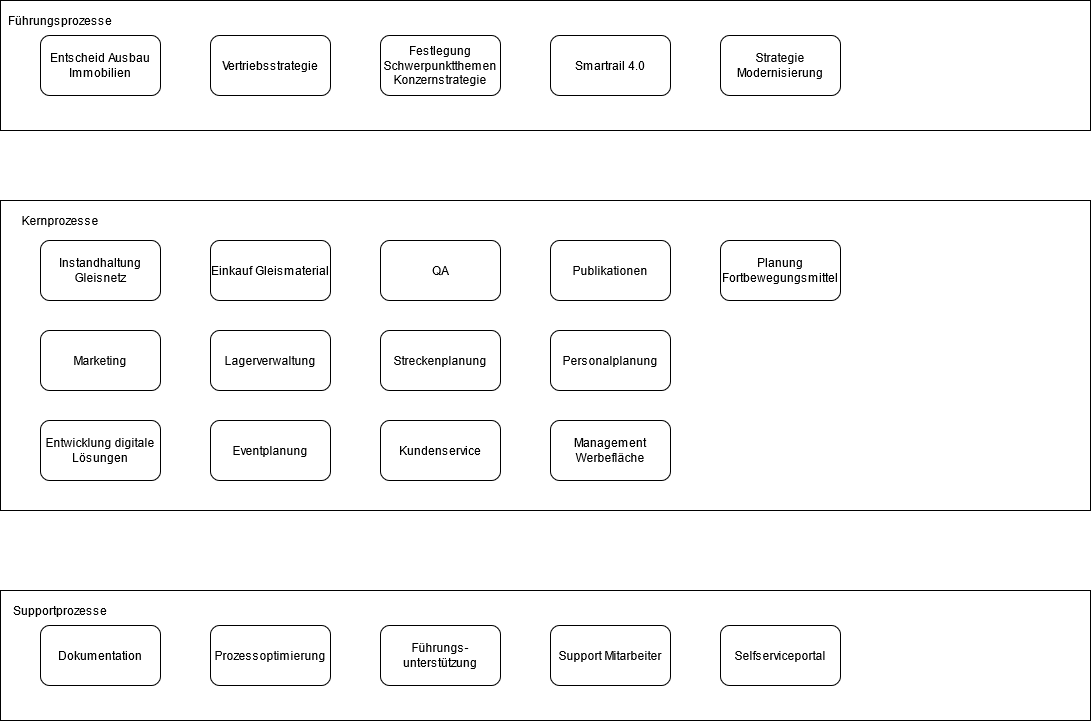
This is ProzessMAP_A4.png from MokthecoolWok/m254, a draw.io export, as it was before one commit. Source tidied: cells renumbered, new cells last; positions are measured from the earlier drawing's top-left corner, leaving out a move shared by most shapes.
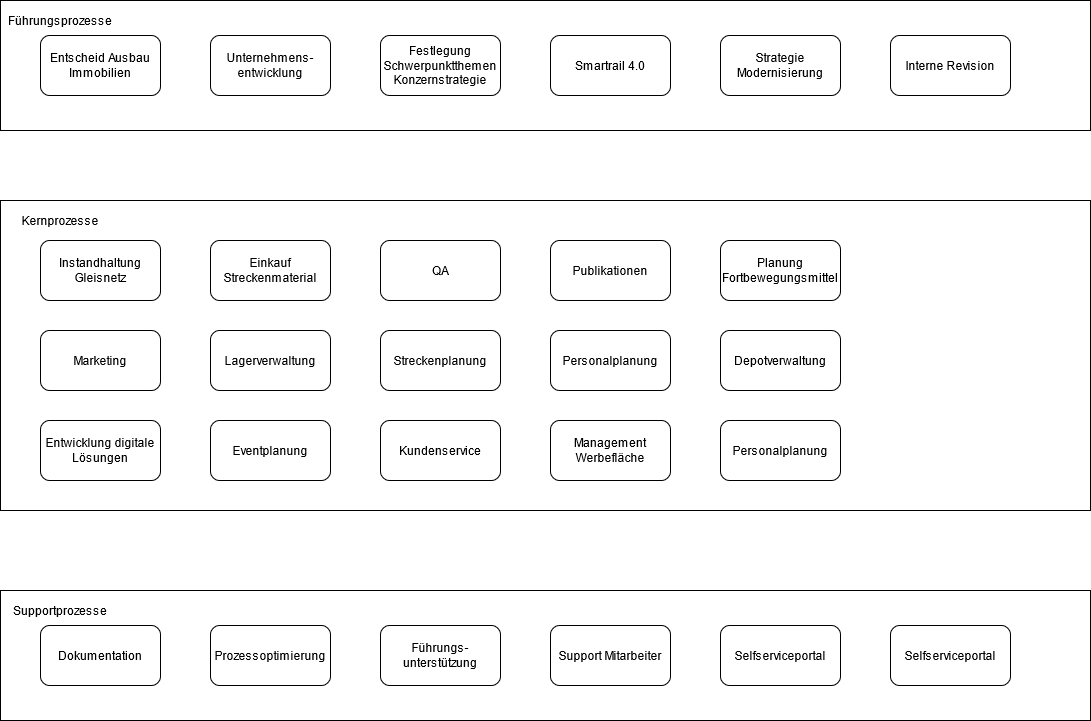
The same diagram one commit later.

Diff of the diagram source:
```diff
@@ -20,7 +20,7 @@
     <mxCell id="7" value="Entwicklung digitale Lösungen" style="rounded=1;whiteSpace=wrap;html=1;" parent="2" vertex="1">
       <mxGeometry x="40" y="220" width="120" height="60" as="geometry" />
     </mxCell>
-    <mxCell id="8" value="Einkauf Gleismaterial" style="rounded=1;whiteSpace=wrap;html=1;" parent="2" vertex="1">
+    <mxCell id="8" value="Einkauf Streckenmaterial" style="rounded=1;whiteSpace=wrap;html=1;" parent="2" vertex="1">
       <mxGeometry x="210" y="40" width="120" height="60" as="geometry" />
     </mxCell>
     <mxCell id="9" value="Lagerverwaltung" style="rounded=1;whiteSpace=wrap;html=1;" parent="2" vertex="1">
@@ -50,6 +50,12 @@
     <mxCell id="17" value="Planung Fortbewegungsmittel" style="rounded=1;whiteSpace=wrap;html=1;" parent="2" vertex="1">
       <mxGeometry x="720" y="40" width="120" height="60" as="geometry" />
     </mxCell>
+    <mxCell id="34" value="Depotverwaltung" style="rounded=1;whiteSpace=wrap;html=1;" parent="2" vertex="1">
+      <mxGeometry x="720" y="130" width="120" height="60" as="geometry" />
+    </mxCell>
+    <mxCell id="35" value="Personalplanung" style="rounded=1;whiteSpace=wrap;html=1;" parent="2" vertex="1">
+      <mxGeometry x="720" y="220" width="120" height="60" as="geometry" />
+    </mxCell>
     <mxCell id="18" style="group;" parent="1" vertex="1">
       <mxGeometry width="1090" height="130" as="geometry" />
     </mxCell>
@@ -62,7 +68,7 @@
     <mxCell id="21" value="Entscheid Ausbau Immobilien" style="rounded=1;whiteSpace=wrap;html=1;" parent="18" vertex="1">
       <mxGeometry x="40" y="35" width="120" height="60" as="geometry" />
     </mxCell>
-    <mxCell id="22" value="Vertriebsstrategie" style="rounded=1;whiteSpace=wrap;html=1;" parent="18" vertex="1">
+    <mxCell id="22" value="Unternehmens-entwicklung" style="rounded=1;whiteSpace=wrap;html=1;" parent="18" vertex="1">
       <mxGeometry x="210" y="35" width="120" height="60" as="geometry" />
     </mxCell>
     <mxCell id="23" value="Festlegung Schwerpunktthemen Konzernstrategie" style="rounded=1;whiteSpace=wrap;html=1;" parent="18" vertex="1">
@@ -74,6 +80,9 @@
     <mxCell id="25" value="Strategie Modernisierung" style="rounded=1;whiteSpace=wrap;html=1;" parent="18" vertex="1">
       <mxGeometry x="720" y="35" width="120" height="60" as="geometry" />
     </mxCell>
+    <mxCell id="36" value="Interne Revision" style="rounded=1;whiteSpace=wrap;html=1;" parent="18" vertex="1">
+      <mxGeometry x="890" y="35" width="120" height="60" as="geometry" />
+    </mxCell>
     <mxCell id="26" style="group;" parent="1" vertex="1">
       <mxGeometry y="590" width="1090" height="130" as="geometry" />
     </mxCell>
@@ -98,5 +107,8 @@
     <mxCell id="33" value="Selfserviceportal" style="rounded=1;whiteSpace=wrap;html=1;" parent="26" vertex="1">
       <mxGeometry x="720" y="35" width="120" height="60" as="geometry" />
     </mxCell>
+    <mxCell id="37" value="Selfserviceportal" style="rounded=1;whiteSpace=wrap;html=1;" parent="26" vertex="1">
+      <mxGeometry x="890" y="35" width="120" height="60" as="geometry" />
+    </mxCell>
   </root>
 </mxGraphModel>
```
